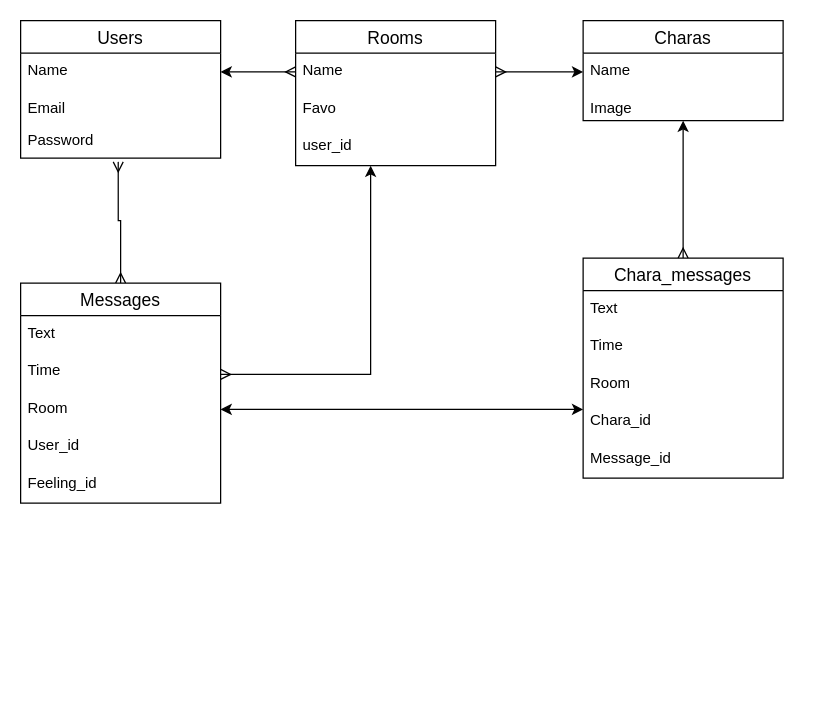
The draw.io diagram er.dio in deratokati88/chat-i, before the edit. Source tidied: cells renumbered, new cells numbered last; positions are measured from the earlier drawing's top-left corner, leaving out a move shared by most shapes. Both pictures are drawn from the tidied source at 125%, with x=0, y=0 at pixel (20, 20).
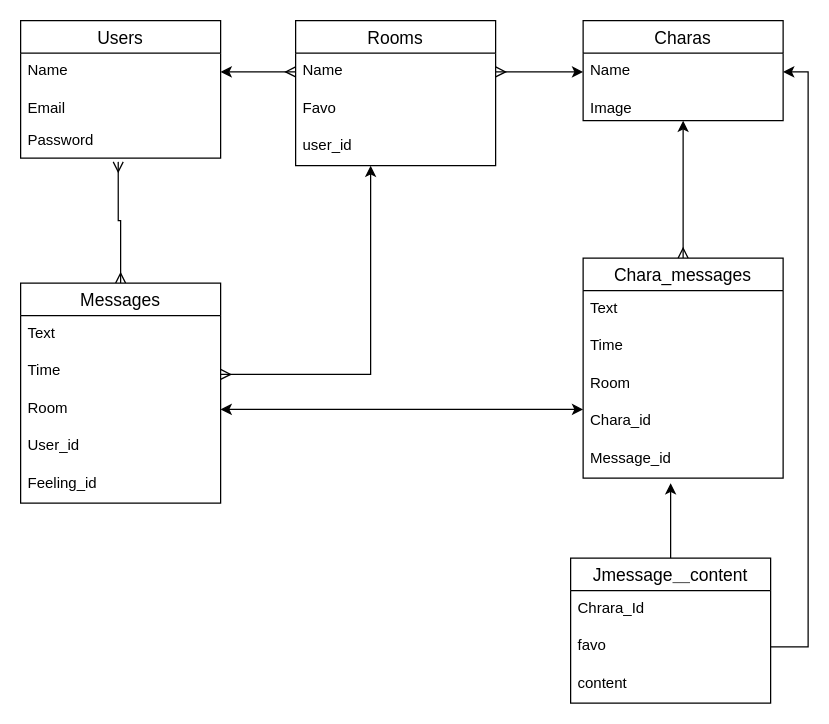
Above is the later version.

Unchanged cells that the change refers to:
```xml
<mxCell id="12" value="Name" style="text;strokeColor=none;fillColor=none;spacingLeft=4;spacingRight=4;overflow=hidden;points=[[0,0.5],[1,0.5]];portConstraint=eastwest;fontSize=12;" parent="11" vertex="1">
  <mxGeometry y="26" width="160" height="30" as="geometry" />
</mxCell>
```

Diff of the diagram source:
```diff
@@
+    <mxCell id="31" style="edgeStyle=orthogonalEdgeStyle;rounded=0;jettySize=auto;html=1;" parent="1" edge="1" source="32">
+      <mxGeometry relative="1" as="geometry">
+        <mxPoint x="520" y="370" as="targetPoint" />
+      </mxGeometry>
+    </mxCell>
+    <mxCell id="32" value="Jmessage＿content" style="swimlane;fontStyle=0;horizontal=1;startSize=26;align=center;fontSize=14;" parent="1" vertex="1">
+      <mxGeometry x="440" y="430" width="160" height="116" as="geometry" />
+    </mxCell>
+    <mxCell id="33" value="Chrara_Id" style="text;strokeColor=none;fillColor=none;spacingLeft=4;spacingRight=4;overflow=hidden;fontSize=12;" parent="32" vertex="1">
+      <mxGeometry y="26" width="160" height="30" as="geometry" />
+    </mxCell>
+    <mxCell id="34" value="favo" style="text;strokeColor=none;fillColor=none;spacingLeft=4;spacingRight=4;overflow=hidden;points=[[0,0.5],[1,0.5]];portConstraint=eastwest;fontSize=12;" parent="32" vertex="1">
+      <mxGeometry y="56" width="160" height="30" as="geometry" />
+    </mxCell>
+    <mxCell id="35" value="content" style="text;strokeColor=none;fillColor=none;spacingLeft=4;spacingRight=4;overflow=hidden;fontSize=12;" parent="32" vertex="1">
+      <mxGeometry y="86" width="160" height="30" as="geometry" />
+    </mxCell>
+    <mxCell id="36" style="edgeStyle=orthogonalEdgeStyle;rounded=0;jettySize=auto;html=1;entryX=1;entryY=0.5;entryDx=0;entryDy=0;" parent="1" edge="1" source="34" target="12">
+      <mxGeometry relative="1" as="geometry" />
+    </mxCell>
```
